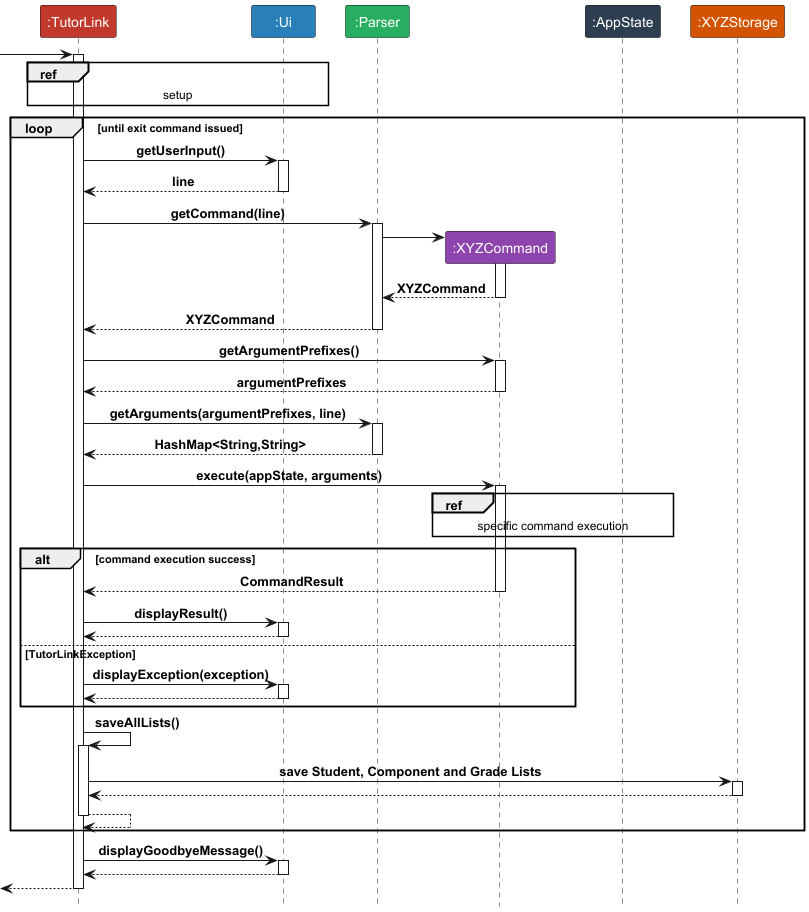
Before: docs/diagrams/ArchitectureSequenceGrouped.png, a diagram exported from PlantUML (yeekian/tp).
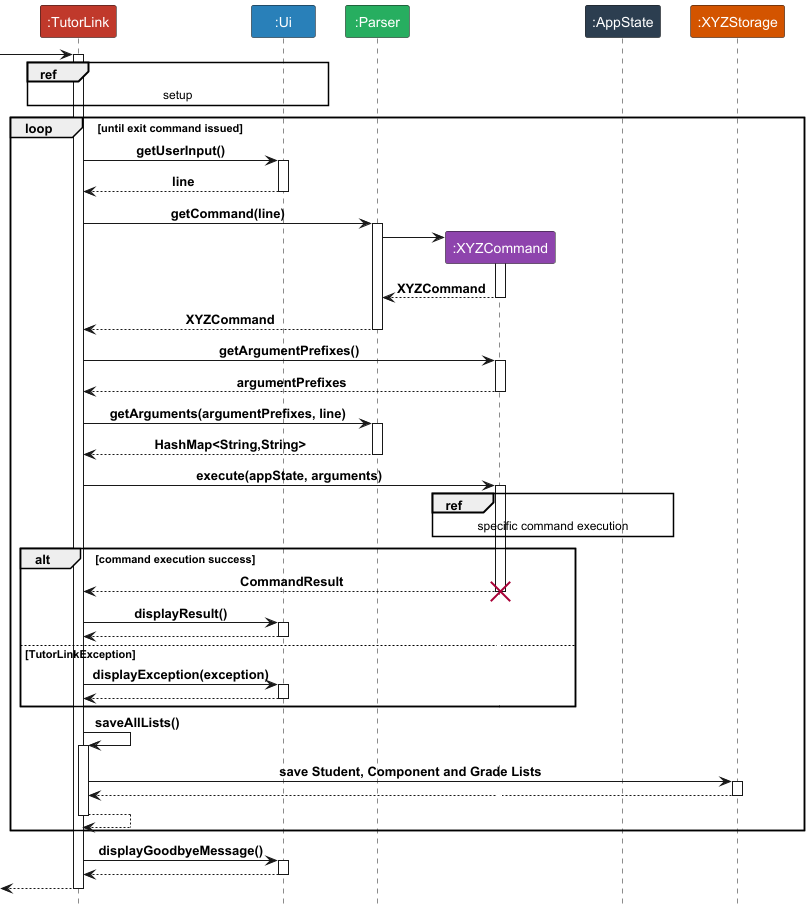
After the change.

Diff of the diagram source:
```diff
@@ -37,6 +37,7 @@
     alt command execution success
         TL <-- C : CommandResult
         deactivate C
+        destroy C
         TL -> UI : displayResult()
         activate UI
         TL <-- UI
```
